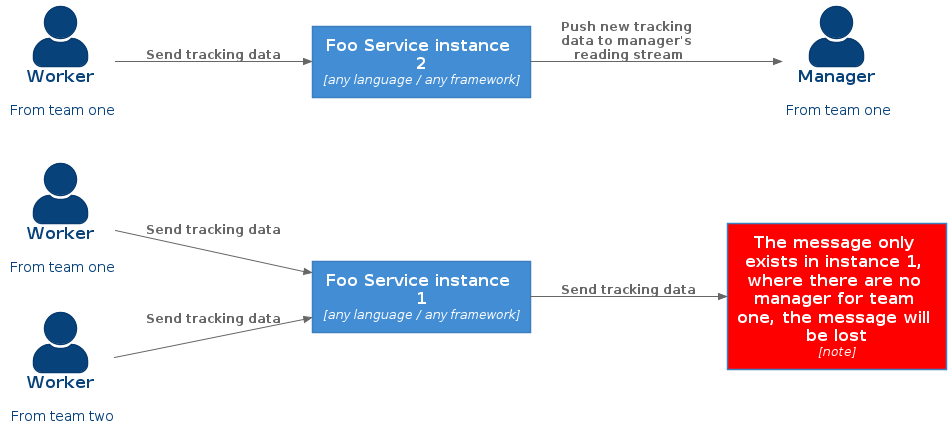
The PlantUML diagram arch_figures/persistent_connection_problem.png in victorhsr/scaling-persistent-connections, before a commit.
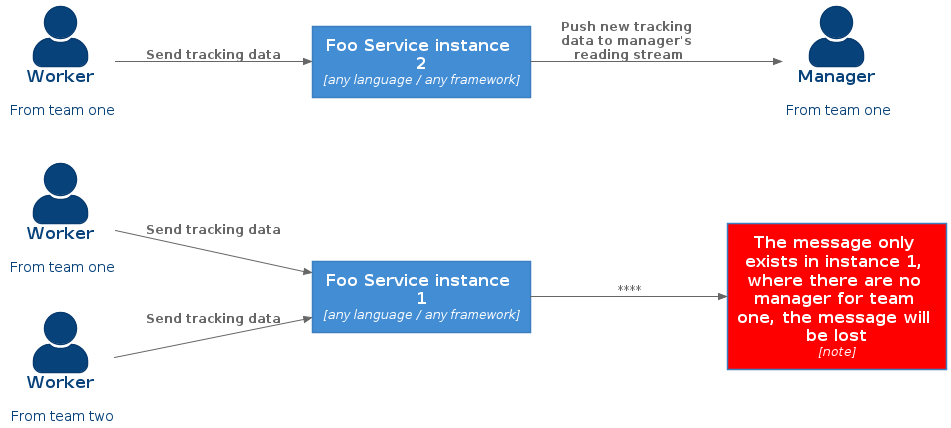
Above is the later version.

Commit message:
updating the persistent_connection_problem figure

Change to the diagram source:
```diff
@@ -21,7 +21,7 @@
 Rel(p_worker_1, c_some_system_instance_1, "Send tracking data")
 Rel(p_worker_3, c_some_system_instance_1, "Send tracking data")
 Rel(p_worker_2, c_some_system_instance_2, "Send tracking data")
-Rel(c_some_system_instance_1, c_flow_end_1, "Send tracking data")
+Rel(c_some_system_instance_1, c_flow_end_1, "")
 
 Rel(c_some_system_instance_2, p_manager, "Push new tracking data to manager's reading stream")
 
```
